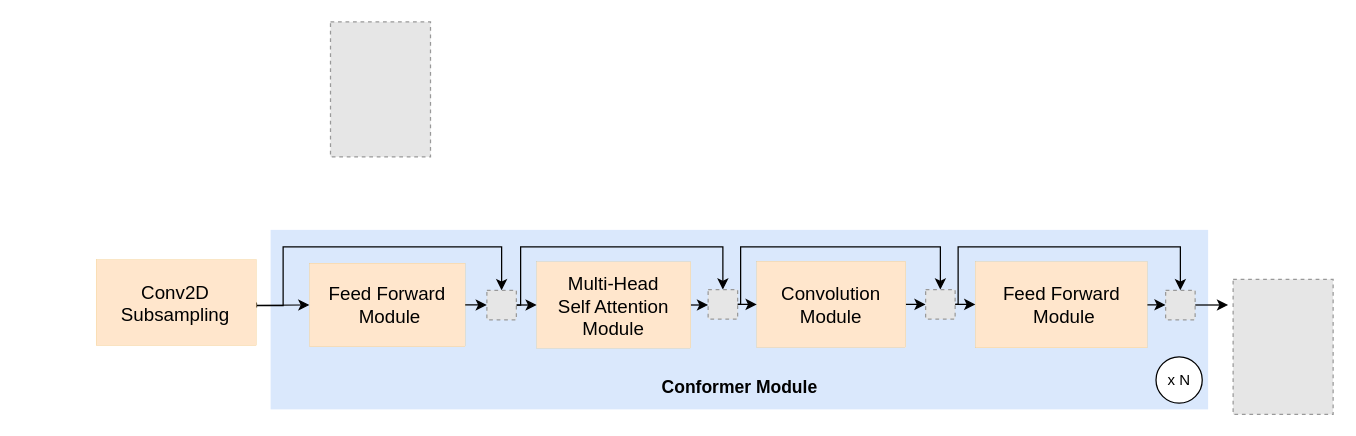
Before: page "General" (2 of 5) of Untitled Diagram.drawio in OleguerCanal/diagrams, a draw.io diagram. Source tidied: cells renumbered, new cells numbered last; positions are measured from the earlier drawing's top-left corner, leaving out a move shared by most shapes. Both pictures are drawn from the tidied source at 125%, with x=0, y=0 at pixel (132, 21). Pictures stored in the file or linked from it are replaced by grey dashed boxes.
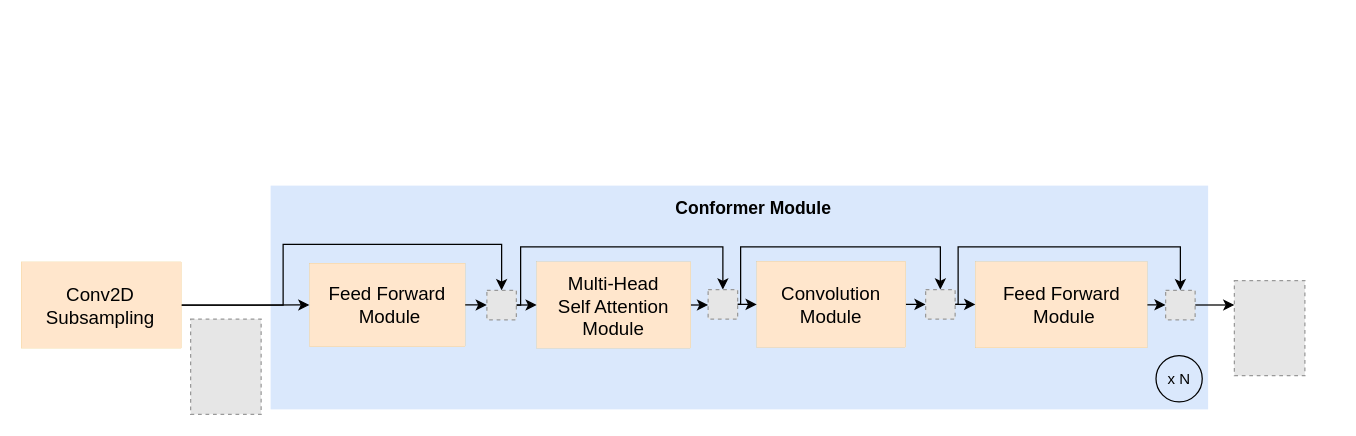
After the change.

Unchanged cells that the change refers to:
```xml
<mxCell id="8" value="Feed Forward&lt;br&gt;&amp;nbsp;Module" style="rounded=0;whiteSpace=wrap;html=1;shadow=0;glass=0;labelBackgroundColor=none;sketch=0;fontSize=15;strokeColor=#d79b00;strokeWidth=0;fillColor=#ffe6cc;direction=south;horizontal=0;rotation=90;" parent="1" vertex="1">
  <mxGeometry x="169.8" y="164.2" width="67" height="124.5" as="geometry" />
</mxCell>
<mxCell id="17" style="fillColor=#E6E6E6;strokeColor=#999999;dashed=1;verticalLabelPosition=bottom;labelBackgroundColor=default;verticalAlign=top;" parent="1" vertex="1">
  <mxGeometry x="283" y="214.7" width="23.6" height="23.6" as="geometry" />
</mxCell>
<mxCell id="27" style="fillColor=#E6E6E6;strokeColor=#999999;dashed=1;verticalLabelPosition=bottom;labelBackgroundColor=default;verticalAlign=top;" parent="1" vertex="1">
  <mxGeometry x="826" y="214.7" width="23.6" height="23.6" as="geometry" />
</mxCell>
```

The edit, as a diff of the source:
```diff
@@
     <mxCell id="2" style="rounded=0;whiteSpace=wrap;html=1;fillColor=#dae8fc;strokeColor=none;" parent="1" vertex="1">
-      <mxGeometry x="110" y="166.4" width="750" height="143.6" as="geometry" />
+      <mxGeometry x="110" y="131" width="750" height="179" as="geometry" />
     </mxCell>
-    <mxCell id="3" style="ellipse;whiteSpace=wrap;html=1;" parent="1" vertex="1">
-      <mxGeometry x="818.3" y="268" width="37" height="37" as="geometry" />
+    <mxCell id="3" style="ellipse;whiteSpace=wrap;html=1;fillColor=none;" parent="1" vertex="1">
+      <mxGeometry x="818.3" y="267" width="37" height="37" as="geometry" />
     </mxCell>
-    <mxCell id="4" style="edgeStyle=orthogonalEdgeStyle;rounded=0;jettySize=auto;html=1;exitX=1;exitY=0.25;exitDx=0;exitDy=0;entryX=1;entryY=0.5;entryDx=0;entryDy=0;" parent="1" edge="1" target="8">
-      <mxGeometry relative="1" as="geometry">
-        <mxPoint x="50" y="227" as="sourcePoint" />
-        <Array as="points">
-          <mxPoint x="70" y="227" />
-        </Array>
-      </mxGeometry>
-    </mxCell>
-    <mxCell id="5" style="edgeStyle=orthogonalEdgeStyle;rounded=0;jettySize=auto;html=1;exitX=0;exitY=0.5;exitDx=0;exitDy=0;entryX=0.5;entryY=0;entryDx=0;entryDy=0;" parent="1" edge="1" source="18" target="17">
-      <mxGeometry relative="1" as="geometry">
-        <Array as="points">
-          <mxPoint x="39" y="228" />
-          <mxPoint x="39" y="227" />
-          <mxPoint x="120" y="227" />
-          <mxPoint x="120" y="180" />
-          <mxPoint x="295" y="180" />
-        </Array>
-      </mxGeometry>
-    </mxCell>
@@
     <mxCell id="15" style="fillColor=#E6E6E6;strokeColor=#999999;dashed=1;verticalLabelPosition=bottom;labelBackgroundColor=default;verticalAlign=top;" parent="1" vertex="1">
-      <mxGeometry x="880" y="206" width="80" height="108" as="geometry" />
+      <mxGeometry x="46" y="237.8" width="56.4" height="76.1" as="geometry" />
     </mxCell>
@@
+    <mxCell id="5" style="edgeStyle=orthogonalEdgeStyle;rounded=0;jettySize=auto;html=1;exitX=0;exitY=0.5;exitDx=0;exitDy=0;entryX=0.5;entryY=0;entryDx=0;entryDy=0;fontSize=14;" parent="1" edge="1" source="18" target="17">
+      <mxGeometry relative="1" as="geometry">
+        <Array as="points">
+          <mxPoint x="120" y="225.9" />
+          <mxPoint x="120" y="177.9" />
+          <mxPoint x="295" y="177.9" />
+        </Array>
+      </mxGeometry>
+    </mxCell>
+    <mxCell id="30" style="edgeStyle=orthogonalEdgeStyle;rounded=0;jettySize=auto;html=1;exitX=0;exitY=0.5;exitDx=0;exitDy=0;entryX=1;entryY=0.5;entryDx=0;entryDy=0;fontSize=14;" parent="1" edge="1" source="18" target="8">
+      <mxGeometry relative="1" as="geometry" />
+    </mxCell>
     <mxCell id="18" value="Conv2D&lt;br&gt;Subsampling" style="rounded=0;whiteSpace=wrap;html=1;shadow=0;glass=0;labelBackgroundColor=none;sketch=0;fontSize=15;strokeColor=#d79b00;strokeWidth=0;fillColor=#ffe6cc;direction=south;horizontal=0;rotation=90;" parent="1" vertex="1">
-      <mxGeometry y="160.4" width="69" height="128.3" as="geometry" />
+      <mxGeometry x="-60" y="162.4" width="69" height="128.3" as="geometry" />
     </mxCell>
-    <mxCell id="19" style="fillColor=#E6E6E6;strokeColor=#999999;dashed=1;verticalLabelPosition=bottom;labelBackgroundColor=default;verticalAlign=top;" parent="1" vertex="1">
-      <mxGeometry x="157.9" width="80" height="108" as="geometry" />
-    </mxCell>
@@
-    <mxCell id="26" style="edgeStyle=orthogonalEdgeStyle;rounded=0;jettySize=auto;html=1;exitX=1;exitY=0.5;exitDx=0;exitDy=0;" parent="1" edge="1" source="27">
-      <mxGeometry relative="1" as="geometry">
-        <mxPoint x="876" y="226.3" as="targetPoint" />
-      </mxGeometry>
+    <mxCell id="26" style="edgeStyle=orthogonalEdgeStyle;rounded=0;jettySize=auto;html=1;exitX=1;exitY=0.5;exitDx=0;exitDy=0;entryX=0;entryY=0.25;entryDx=0;entryDy=0;" parent="1" edge="1" source="27" target="31">
+      <mxGeometry relative="1" as="geometry" />
     </mxCell>
@@
     <mxCell id="28" value="x N" style="text;html=1;strokeColor=none;fillColor=none;align=center;verticalAlign=middle;whiteSpace=wrap;rounded=0;" parent="1" vertex="1">
-      <mxGeometry x="826.8" y="279" width="20" height="15" as="geometry" />
+      <mxGeometry x="826.8" y="278" width="20" height="15" as="geometry" />
     </mxCell>
     <mxCell id="29" value="&lt;b&gt;&lt;font style=&quot;font-size: 14px&quot;&gt;Conformer Module&lt;/font&gt;&lt;/b&gt;" style="text;html=1;strokeColor=none;fillColor=none;align=center;verticalAlign=middle;whiteSpace=wrap;rounded=0;" parent="1" vertex="1">
-      <mxGeometry x="407.5" y="277" width="155" height="30" as="geometry" />
+      <mxGeometry x="419" y="134.2" width="155" height="30" as="geometry" />
     </mxCell>
+    <mxCell id="31" style="fillColor=#E6E6E6;strokeColor=#999999;dashed=1;verticalLabelPosition=bottom;labelBackgroundColor=default;verticalAlign=top;" parent="1" vertex="1">
+      <mxGeometry x="881" y="206.9" width="56.4" height="76.1" as="geometry" />
+    </mxCell>
```
